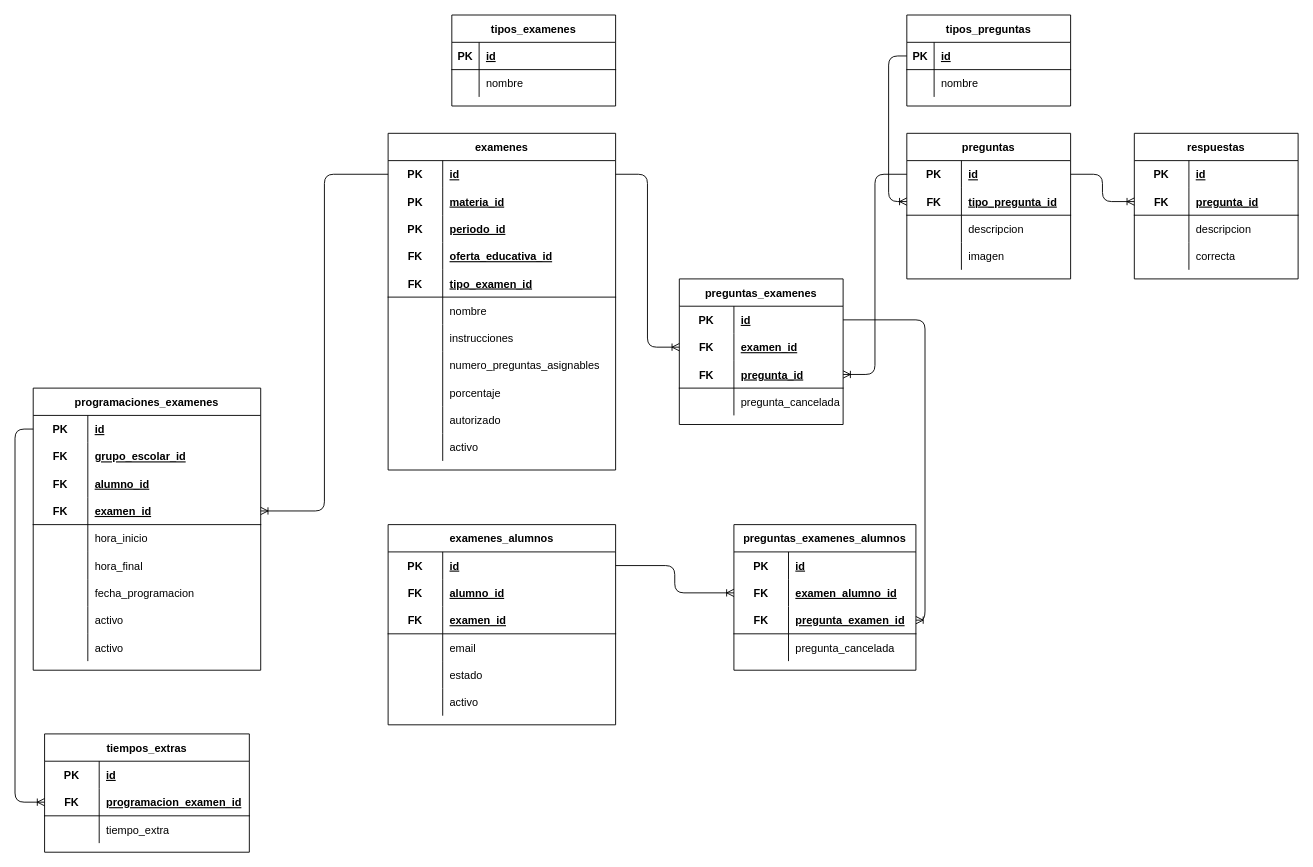
Carlos-Angel/database-escolar keeps this draw.io diagram as examenes/examenes.drawio. Above is the earlier version. Source tidied: cells renumbered, new cells numbered last; positions are measured from the earlier drawing's top-left corner, leaving out a move shared by most shapes. Both pictures are drawn from the tidied source at 91%, with x=0, y=0 at pixel (15, 15).
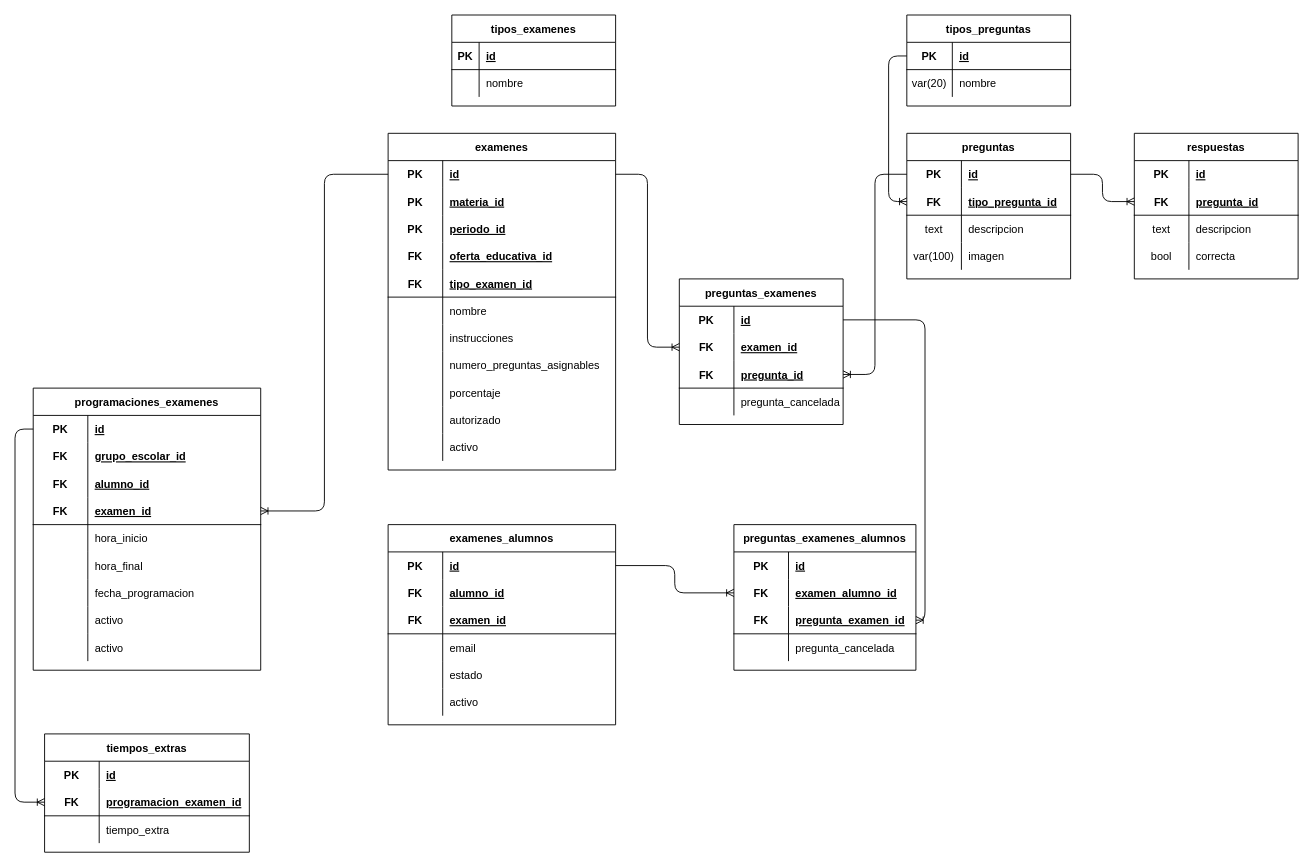
The same diagram, later.

Commit message:
refactor(examenes): definición de atributos de las tablas asociadas a las preguntas

Unchanged cells that the change refers to:
```xml
<mxCell id="3" style="shape=partialRectangle;fillColor=none;top=0;left=0;bottom=1;right=0;points=[[0,0.5],[1,0.5]];portConstraint=eastwest;" parent="2" vertex="1">
  <mxGeometry y="30" width="180" height="30" as="geometry" />
</mxCell>
<mxCell id="6" style="shape=partialRectangle;fillColor=none;top=0;left=0;bottom=0;right=0;" parent="2" vertex="1">
  <mxGeometry y="60" width="180" height="30" as="geometry" />
</mxCell>
<mxCell id="16" style="shape=partialRectangle;fillColor=none;top=0;left=0;bottom=0;right=0;" parent="9" vertex="1">
  <mxGeometry y="90" width="180" height="30" as="geometry" />
</mxCell>
<mxCell id="19" style="shape=partialRectangle;fillColor=none;top=0;left=0;bottom=0;right=0;" parent="9" vertex="1">
  <mxGeometry y="120" width="180" height="30" as="geometry" />
</mxCell>
<mxCell id="29" style="shape=partialRectangle;fillColor=none;top=0;left=0;bottom=0;right=0;" parent="22" vertex="1">
  <mxGeometry y="90" width="180" height="30" as="geometry" />
</mxCell>
<mxCell id="32" style="shape=partialRectangle;fillColor=none;top=0;left=0;bottom=0;right=0;" parent="22" vertex="1">
  <mxGeometry y="120" width="180" height="30" as="geometry" />
</mxCell>
```

What changed in the source:
```diff
@@
     <mxCell id="4" value="PK" style="shape=partialRectangle;fillColor=none;top=0;left=0;bottom=0;right=0;fontStyle=1;overflow=hidden;" parent="3" vertex="1">
-      <mxGeometry width="30" height="30" as="geometry" />
+      <mxGeometry width="50" height="30" as="geometry" />
     </mxCell>
     <mxCell id="5" value="id" style="shape=partialRectangle;fillColor=none;top=0;left=0;bottom=0;right=0;align=left;spacingLeft=6;fontStyle=5;overflow=hidden;" parent="3" vertex="1">
-      <mxGeometry x="30" width="150" height="30" as="geometry" />
+      <mxGeometry x="50" width="130" height="30" as="geometry" />
     </mxCell>
@@
-    <mxCell id="7" style="shape=partialRectangle;fillColor=none;top=0;left=0;bottom=0;right=0;overflow=hidden;" parent="6" vertex="1">
-      <mxGeometry width="30" height="30" as="geometry" />
+    <mxCell id="7" value="var(20)" style="shape=partialRectangle;fillColor=none;top=0;left=0;bottom=0;right=0;overflow=hidden;" parent="6" vertex="1">
+      <mxGeometry width="50" height="30" as="geometry" />
     </mxCell>
     <mxCell id="8" value="nombre" style="shape=partialRectangle;fillColor=none;top=0;left=0;bottom=0;right=0;align=left;spacingLeft=6;overflow=hidden;" parent="6" vertex="1">
-      <mxGeometry x="30" width="150" height="30" as="geometry" />
+      <mxGeometry x="50" width="130" height="30" as="geometry" />
     </mxCell>
@@
-    <mxCell id="17" style="shape=partialRectangle;fillColor=none;top=0;left=0;bottom=0;right=0;overflow=hidden;" parent="16" vertex="1">
+    <mxCell id="17" value="text" style="shape=partialRectangle;fillColor=none;top=0;left=0;bottom=0;right=0;overflow=hidden;" parent="16" vertex="1">
       <mxGeometry width="60" height="30" as="geometry" />
     </mxCell>
@@
-    <mxCell id="20" style="shape=partialRectangle;fillColor=none;top=0;left=0;bottom=0;right=0;overflow=hidden;" parent="19" vertex="1">
+    <mxCell id="20" value="var(100)" style="shape=partialRectangle;fillColor=none;top=0;left=0;bottom=0;right=0;overflow=hidden;" parent="19" vertex="1">
       <mxGeometry width="60" height="30" as="geometry" />
     </mxCell>
@@
-    <mxCell id="30" style="shape=partialRectangle;fillColor=none;top=0;left=0;bottom=0;right=0;overflow=hidden;" parent="29" vertex="1">
+    <mxCell id="30" value="text" style="shape=partialRectangle;fillColor=none;top=0;left=0;bottom=0;right=0;overflow=hidden;" parent="29" vertex="1">
       <mxGeometry width="60" height="30" as="geometry" />
     </mxCell>
@@
-    <mxCell id="33" style="shape=partialRectangle;fillColor=none;top=0;left=0;bottom=0;right=0;overflow=hidden;" parent="32" vertex="1">
+    <mxCell id="33" value="bool" style="shape=partialRectangle;fillColor=none;top=0;left=0;bottom=0;right=0;overflow=hidden;" parent="32" vertex="1">
       <mxGeometry width="60" height="30" as="geometry" />
     </mxCell>
```
